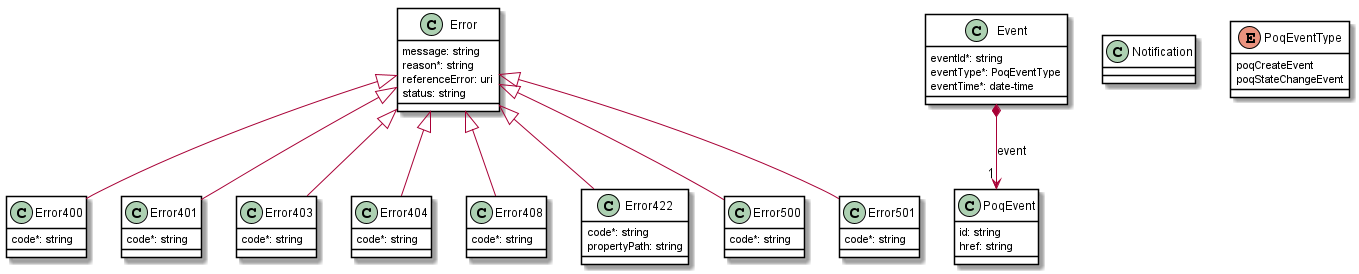
Above: doc/uml/productOfferingQualificationNotification.api.png in MEF-GIT/MEF-LSO-Sonata-SDK (PlantUML), before the change.
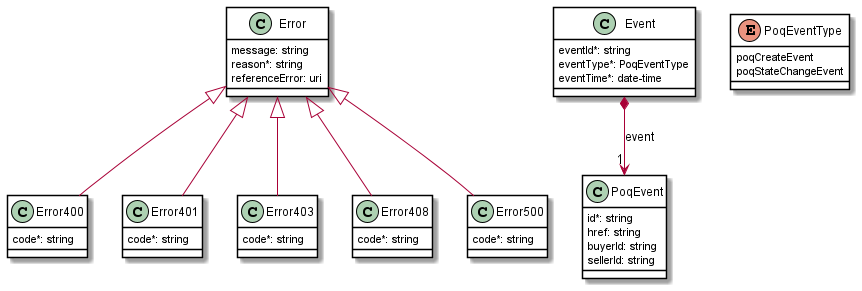
Later version of the same file.

Change to the diagram source:
```diff
@@ -28,28 +28,11 @@
 
 
 
-class Error404 {
-
-    code*: string
-}
-Error <|-- Error404
-
-
-
 class Error408 {
 
     code*: string
 }
 Error <|-- Error408
-
-
-
-class Error422 {
-
-    code*: string
-    propertyPath: string
-}
-Error <|-- Error422
 
 
 
@@ -61,20 +44,11 @@
 
 
 
-class Error501 {
-
-    code*: string
-}
-Error <|-- Error501
-
-
-
 class Error {
 
     message: string
     reason*: string
     referenceError: uri
-    status: string
 }
 
 
@@ -89,16 +63,12 @@
 Event *-->"1" PoqEvent : event
 
 
-class Notification {
-
-}
-
-
-
 class PoqEvent {
 
-    id: string
+    id*: string
     href: string
+    buyerId: string
+    sellerId: string
 }
 
 
```
